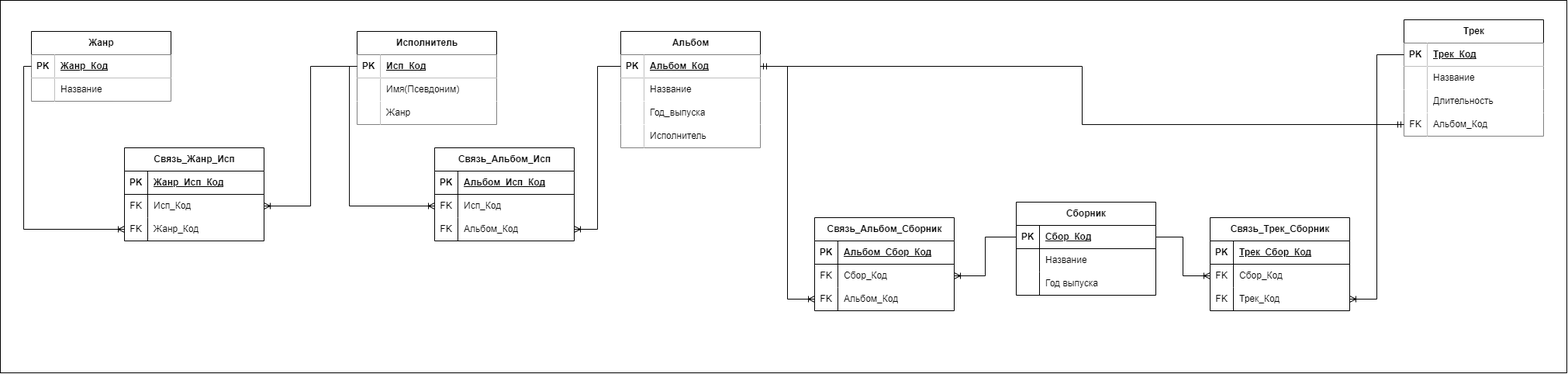
Earlier version of the draw.io export Musical_Site_2.png (OpyssMagnuum/DB_Musical_Site). Source tidied: cells renumbered, new cells last; positions are measured from the earlier drawing's top-left corner, leaving out a move shared by most shapes.
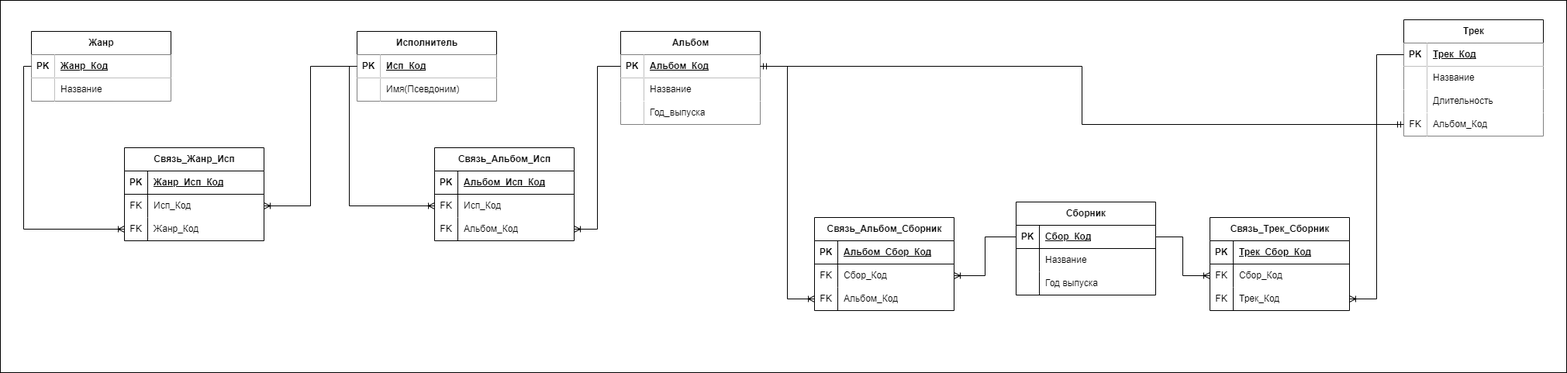
The same diagram one commit later.

What changed in the source:
```diff
@@ -27,7 +27,7 @@
       <mxGeometry x="30" width="150" height="30" as="geometry" />
     </mxCell>
     <mxCell id="10" value="Исполнитель" style="shape=table;startSize=30;rowLines=0;fontStyle=1;align=center;html=1;" parent="1" vertex="1">
-      <mxGeometry x="460" y="40" width="180" height="120" as="geometry" />
+      <mxGeometry x="460" y="40" width="180" height="90" as="geometry" />
     </mxCell>
     <mxCell id="11" style="shape=tableRow;horizontal=0;startSize=0;swimlaneHead=0;swimlaneBody=0;fillColor=none;points=[[0,0.5],[1,0.5]];portConstraint=eastwest;top=0;left=0;right=0;bottom=1;" parent="10" vertex="1">
       <mxGeometry y="30" width="180" height="30" as="geometry" />
@@ -47,17 +47,8 @@
     <mxCell id="16" value="Имя(Псевдоним)&lt;br&gt;" style="shape=partialRectangle;fillColor=default;top=0;left=0;bottom=0;right=0;align=left;spacingLeft=6;overflow=hidden;whiteSpace=wrap;html=1;" parent="14" vertex="1">
       <mxGeometry x="30" width="150" height="30" as="geometry" />
     </mxCell>
-    <mxCell id="17" style="shape=tableRow;horizontal=0;startSize=0;swimlaneHead=0;swimlaneBody=0;fillColor=none;top=0;left=0;right=0;bottom=0;" parent="10" vertex="1">
-      <mxGeometry y="90" width="180" height="30" as="geometry" />
-    </mxCell>
-    <mxCell id="18" style="shape=partialRectangle;fillColor=default;top=0;left=0;bottom=0;right=0;overflow=hidden;whiteSpace=wrap;html=1;" parent="17" vertex="1">
-      <mxGeometry width="30" height="30" as="geometry" />
-    </mxCell>
-    <mxCell id="19" value="Жанр" style="shape=partialRectangle;fillColor=default;top=0;left=0;bottom=0;right=0;align=left;spacingLeft=6;overflow=hidden;whiteSpace=wrap;html=1;" parent="17" vertex="1">
-      <mxGeometry x="30" width="150" height="30" as="geometry" />
-    </mxCell>
     <mxCell id="20" value="Альбом" style="shape=table;startSize=30;rowLines=0;fontStyle=1;align=center;html=1;" parent="1" vertex="1">
-      <mxGeometry x="800" y="40" width="180" height="150" as="geometry" />
+      <mxGeometry x="800" y="40" width="180" height="120" as="geometry" />
     </mxCell>
     <mxCell id="21" style="shape=tableRow;horizontal=0;startSize=0;swimlaneHead=0;swimlaneBody=0;fillColor=none;points=[[0,0.5],[1,0.5]];portConstraint=eastwest;top=0;left=0;right=0;bottom=1;" parent="20" vertex="1">
       <mxGeometry y="30" width="180" height="30" as="geometry" />
@@ -86,15 +77,6 @@
     <mxCell id="29" value="Год_выпуска" style="shape=partialRectangle;fillColor=default;top=0;left=0;bottom=0;right=0;align=left;spacingLeft=6;overflow=hidden;whiteSpace=wrap;html=1;" parent="27" vertex="1">
       <mxGeometry x="30" width="150" height="30" as="geometry" />
     </mxCell>
-    <mxCell id="30" style="shape=tableRow;horizontal=0;startSize=0;swimlaneHead=0;swimlaneBody=0;fillColor=none;top=0;left=0;right=0;bottom=0;" parent="20" vertex="1">
-      <mxGeometry y="120" width="180" height="30" as="geometry" />
-    </mxCell>
-    <mxCell id="31" style="shape=partialRectangle;fillColor=default;top=0;left=0;bottom=0;right=0;overflow=hidden;whiteSpace=wrap;html=1;" parent="30" vertex="1">
-      <mxGeometry width="30" height="30" as="geometry" />
-    </mxCell>
-    <mxCell id="32" value="Исполнитель" style="shape=partialRectangle;fillColor=default;top=0;left=0;bottom=0;right=0;align=left;spacingLeft=6;overflow=hidden;whiteSpace=wrap;html=1;" parent="30" vertex="1">
-      <mxGeometry x="30" width="150" height="30" as="geometry" />
-    </mxCell>
     <mxCell id="33" value="Трек" style="shape=table;startSize=30;rowLines=0;fontStyle=1;align=center;html=1;" parent="1" vertex="1">
       <mxGeometry x="1810" y="25" width="180" height="150" as="geometry" />
     </mxCell>
```
